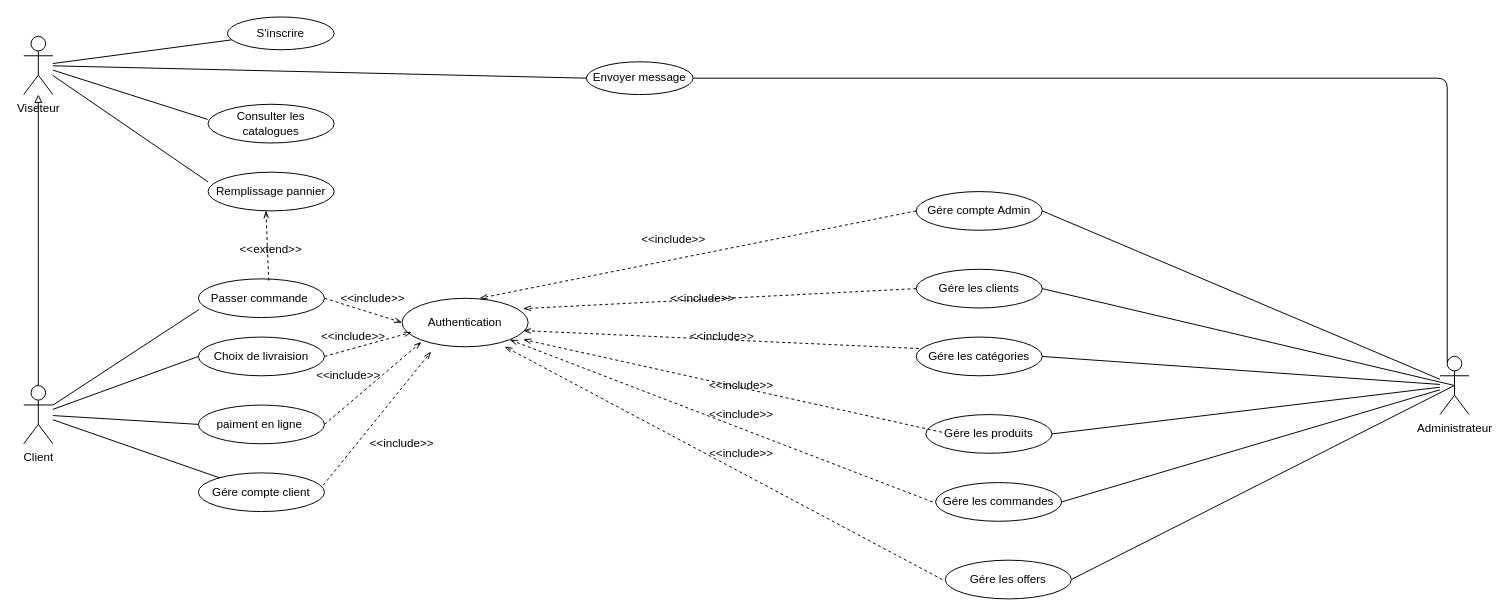
This is conception UML/use_case_diagram_ecom.drawio from filani07/fil_rouge, a draw.io file, before an edit. Source tidied: cells renumbered, new cells numbered last; positions are measured from the earlier drawing's top-left corner, leaving out a move shared by most shapes. Both pictures are drawn from the tidied source at 97%, with x=0, y=0 at pixel (23, 16).
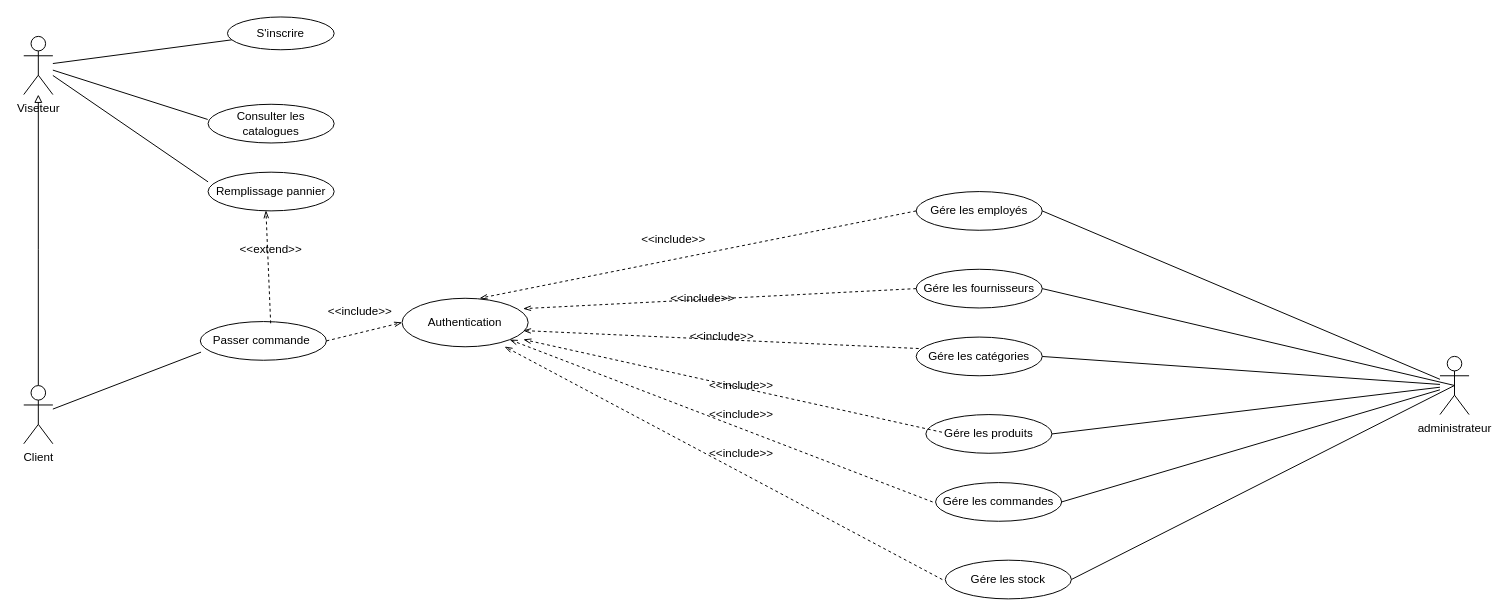
After the change.

The change refers to these unchanged cells:
```xml
<mxCell id="2" value="Viseteur" style="shape=umlActor;verticalLabelPosition=bottom;verticalAlign=top;html=1;outlineConnect=0;" parent="1" vertex="1">
  <mxGeometry y="20" width="30" height="60" as="geometry" />
</mxCell>
<mxCell id="7" value="Client" style="shape=umlActor;verticalLabelPosition=bottom;verticalAlign=top;html=1;outlineConnect=0;" parent="1" vertex="1">
  <mxGeometry y="380" width="30" height="60" as="geometry" />
</mxCell>
```

Diff of the diagram source:
```diff
@@
-    <mxCell id="3" value="Administrateur" style="shape=umlActor;verticalLabelPosition=bottom;verticalAlign=top;html=1;outlineConnect=0;" parent="1" vertex="1">
+    <mxCell id="3" value="administrateur" style="shape=umlActor;verticalLabelPosition=bottom;verticalAlign=top;html=1;outlineConnect=0;" parent="1" vertex="1">
       <mxGeometry x="1460" y="349.9" width="30" height="60" as="geometry" />
     </mxCell>
@@
-    <mxCell id="9" value="Envoyer message" style="ellipse;whiteSpace=wrap;html=1;" parent="1" vertex="1">
-      <mxGeometry x="580" y="46.2" width="110" height="33.8" as="geometry" />
-    </mxCell>
@@
-    <mxCell id="12" style="endArrow=none;html=1;entryX=0;entryY=0.5;entryDx=0;entryDy=0;" parent="1" edge="1" source="2" target="9">
-      <mxGeometry relative="1" as="geometry" />
-    </mxCell>
@@
-    <mxCell id="15" value="Choix de livraision" style="ellipse;whiteSpace=wrap;html=1;" parent="1" vertex="1">
-      <mxGeometry x="180" y="330" width="130" height="39.9" as="geometry" />
-    </mxCell>
-    <mxCell id="16" value="paiment en ligne&amp;nbsp;" style="ellipse;whiteSpace=wrap;html=1;" parent="1" vertex="1">
-      <mxGeometry x="180" y="400.1" width="130" height="39.9" as="geometry" />
-    </mxCell>
-    <mxCell id="17" value="Gére compte client" style="ellipse;whiteSpace=wrap;html=1;" parent="1" vertex="1">
-      <mxGeometry x="180" y="470" width="130" height="39.9" as="geometry" />
-    </mxCell>
     <mxCell id="18" value="Passer commande&amp;nbsp;" style="ellipse;whiteSpace=wrap;html=1;" parent="1" vertex="1">
-      <mxGeometry x="180" y="270" width="130" height="39.9" as="geometry" />
+      <mxGeometry x="182" y="314" width="130" height="39.9" as="geometry" />
     </mxCell>
@@
-    <mxCell id="22" style="endArrow=none;html=1;" parent="1" edge="1" source="7">
-      <mxGeometry relative="1" as="geometry">
-        <mxPoint x="180" y="350" as="targetPoint" />
-      </mxGeometry>
-    </mxCell>
-    <mxCell id="23" style="endArrow=none;html=1;" parent="1" edge="1" source="7">
-      <mxGeometry relative="1" as="geometry">
-        <mxPoint x="180" y="420" as="targetPoint" />
-      </mxGeometry>
-    </mxCell>
-    <mxCell id="24" style="endArrow=none;html=1;" parent="1" edge="1" source="7" target="17">
-      <mxGeometry relative="1" as="geometry" />
-    </mxCell>
-    <mxCell id="25" value="Gére les clients" style="ellipse;whiteSpace=wrap;html=1;" parent="1" vertex="1">
+    <mxCell id="25" value="Gére&amp;nbsp;les fournisseurs" style="ellipse;whiteSpace=wrap;html=1;" parent="1" vertex="1">
       <mxGeometry x="920" y="260.1" width="130" height="39.9" as="geometry" />
     </mxCell>
-    <mxCell id="26" value="Gére compte Admin" style="ellipse;whiteSpace=wrap;html=1;" parent="1" vertex="1">
+    <mxCell id="26" value="Gére les&amp;nbsp;employés" style="ellipse;whiteSpace=wrap;html=1;" parent="1" vertex="1">
       <mxGeometry x="920" y="180" width="130" height="39.9" as="geometry" />
     </mxCell>
@@
-    <mxCell id="30" value="Gére les offers" style="ellipse;whiteSpace=wrap;html=1;" parent="1" vertex="1">
+    <mxCell id="30" value="Gére les stock" style="ellipse;whiteSpace=wrap;html=1;" parent="1" vertex="1">
       <mxGeometry x="950" y="560" width="130" height="39.9" as="geometry" />
     </mxCell>
@@
     <mxCell id="32" value="&amp;lt;&amp;lt;include&amp;gt;&amp;gt;" style="text;html=1;strokeColor=none;fillColor=none;align=center;verticalAlign=middle;whiteSpace=wrap;rounded=0;" parent="1" vertex="1">
-      <mxGeometry x="330" y="280" width="60" height="20" as="geometry" />
+      <mxGeometry x="317" y="294" width="60" height="20" as="geometry" />
     </mxCell>
-    <mxCell id="33" style="endArrow=openThin;html=1;dashed=1;endFill=0;exitX=1;exitY=0.5;exitDx=0;exitDy=0;entryX=0;entryY=0.5;entryDx=0;entryDy=0;" parent="1" edge="1" source="15">
-      <mxGeometry relative="1" as="geometry">
-        <mxPoint x="400" y="325" as="targetPoint" />
-      </mxGeometry>
-    </mxCell>
-    <mxCell id="34" style="endArrow=openThin;html=1;dashed=1;endFill=0;exitX=1;exitY=0.5;exitDx=0;exitDy=0;entryX=0;entryY=0.5;entryDx=0;entryDy=0;" parent="1" edge="1" source="16">
-      <mxGeometry relative="1" as="geometry">
-        <mxPoint x="410" y="335" as="targetPoint" />
-      </mxGeometry>
-    </mxCell>
-    <mxCell id="35" style="endArrow=openThin;html=1;dashed=1;endFill=0;exitX=0.991;exitY=0.316;exitDx=0;exitDy=0;entryX=0;entryY=0.5;entryDx=0;entryDy=0;exitPerimeter=0;" parent="1" edge="1" source="17">
-      <mxGeometry relative="1" as="geometry">
-        <mxPoint x="420" y="345" as="targetPoint" />
-      </mxGeometry>
-    </mxCell>
-    <mxCell id="36" value="&amp;lt;&amp;lt;include&amp;gt;&amp;gt;" style="text;html=1;strokeColor=none;fillColor=none;align=center;verticalAlign=middle;whiteSpace=wrap;rounded=0;" parent="1" vertex="1">
-      <mxGeometry x="310" y="320" width="60" height="20" as="geometry" />
-    </mxCell>
-    <mxCell id="37" value="&amp;lt;&amp;lt;include&amp;gt;&amp;gt;" style="text;html=1;strokeColor=none;fillColor=none;align=center;verticalAlign=middle;whiteSpace=wrap;rounded=0;" parent="1" vertex="1">
-      <mxGeometry x="305" y="360" width="60" height="20" as="geometry" />
-    </mxCell>
@@
-    <mxCell id="43" value="&amp;lt;&amp;lt;include&amp;gt;&amp;gt;" style="text;html=1;strokeColor=none;fillColor=none;align=center;verticalAlign=middle;whiteSpace=wrap;rounded=0;" parent="1" vertex="1">
-      <mxGeometry x="360" y="430" width="60" height="20" as="geometry" />
-    </mxCell>
@@
-    <mxCell id="53" style="endArrow=none;html=1;exitX=1;exitY=0.5;exitDx=0;exitDy=0;edgeStyle=orthogonalEdgeStyle;entryX=0.25;entryY=0.1;entryDx=0;entryDy=0;entryPerimeter=0;" parent="1" edge="1" source="9" target="3">
-      <mxGeometry relative="1" as="geometry">
-        <Array as="points">
-          <mxPoint x="1467" y="63" />
-        </Array>
-      </mxGeometry>
-    </mxCell>
```
